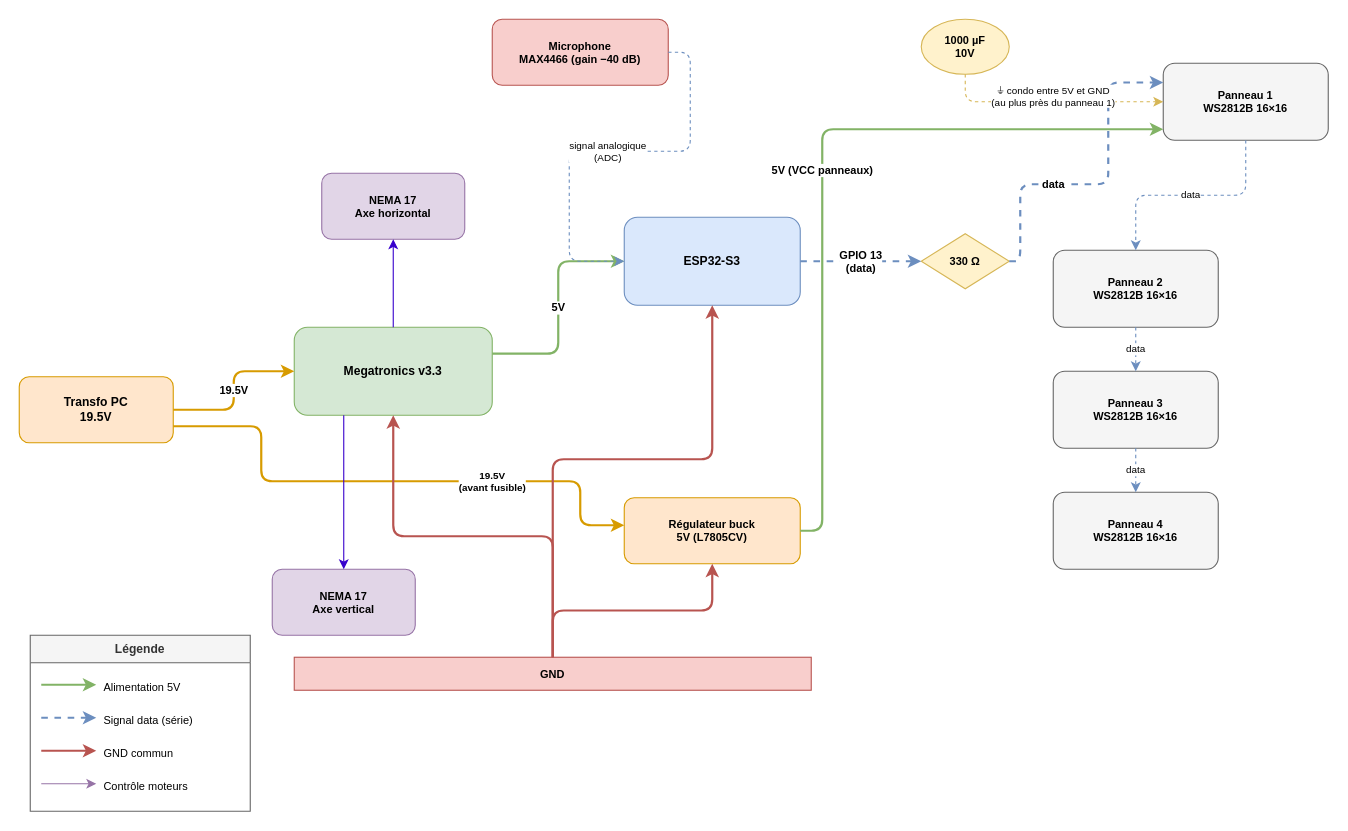
Before: docs/schema_electronique.drawio in matthieupoupin3704-alt/la-ruche-matrix, a draw.io diagram. Source tidied: cells renumbered, new cells numbered last; positions are measured from the earlier drawing's top-left corner, leaving out a move shared by most shapes. Both pictures are drawn from the tidied source at 110%, with x=0, y=0 at pixel (19, 19).
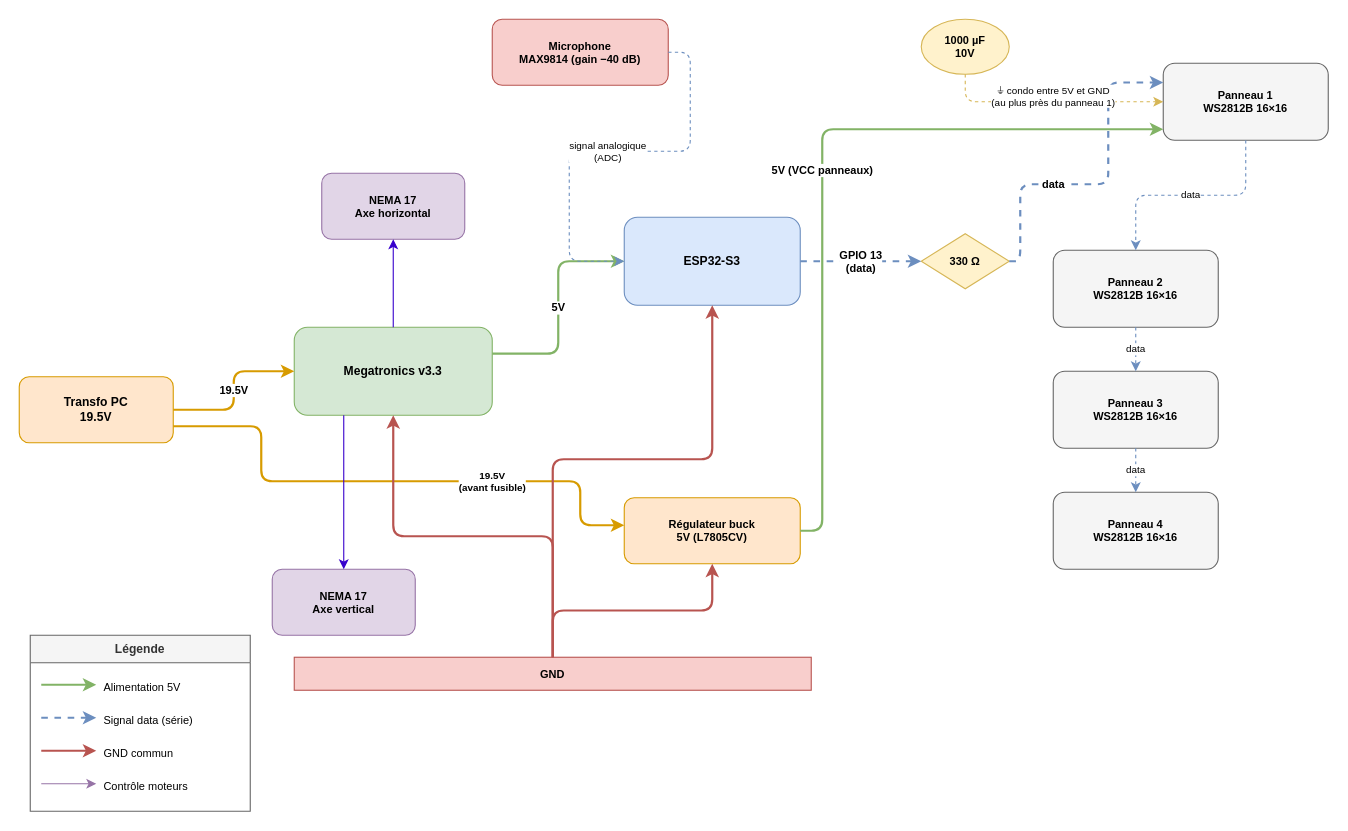
Above is the later version.

Commit message (it also covers changes not shown here):
fix: microphone MAX4466 → MAX9814 (5 pins : VDD, GND, OUT, Gain, AR)

Diff of the diagram source:
```diff
@@
-    <mxCell id="37" value="Microphone&#10;MAX4466 (gain −40 dB)" style="rounded=1;whiteSpace=wrap;html=1;fillColor=#f8cecc;strokeColor=#b85450;fontStyle=1;fontSize=10;" parent="1" vertex="1">
+    <mxCell id="37" value="Microphone&#10;MAX9814 (gain −40 dB)" style="rounded=1;whiteSpace=wrap;html=1;fillColor=#f8cecc;strokeColor=#b85450;fontStyle=1;fontSize=10;" parent="1" vertex="1">
       <mxGeometry x="430" width="160" height="60" as="geometry" />
     </mxCell>
```
